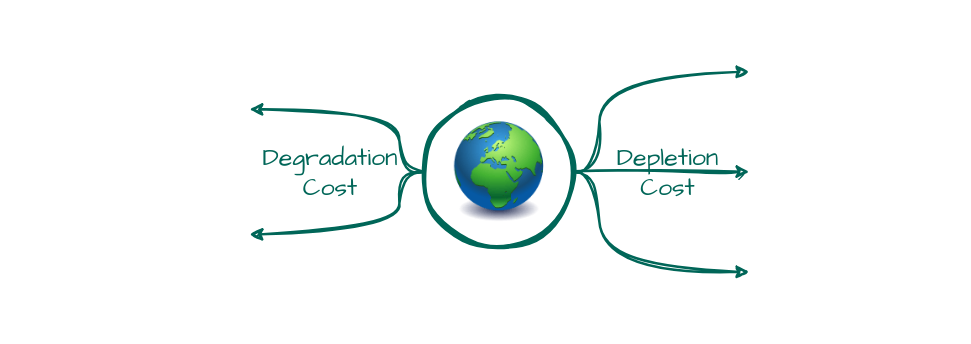
Before: new/indicators.drawio in kaze-0/figure, a draw.io diagram. Source tidied: cells renumbered, new cells numbered last; positions are measured from the earlier drawing's top-left corner, leaving out a move shared by most shapes. Both pictures are drawn from the tidied source at 125%, with x=0, y=0 at pixel (249, 71). Pictures stored in the file or linked from it are replaced by grey dashed boxes.
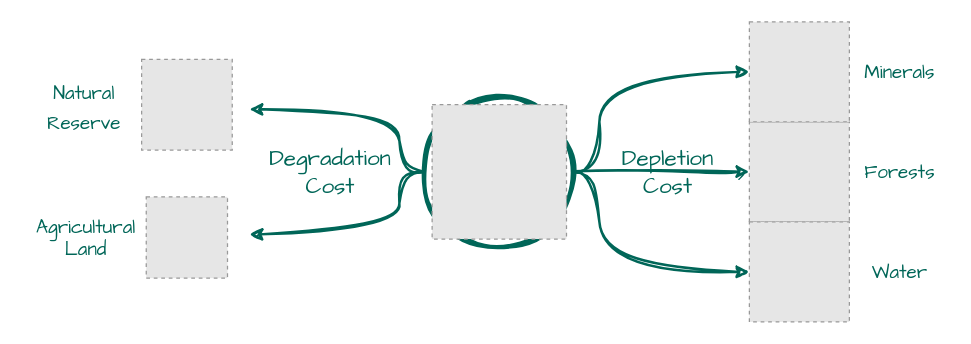
After the change.

Change to the diagram source:
```diff
@@
-    <mxCell id="2" style="image;html=1;image=img/lib/clip_art/general/Earth_globe_128x128.png;sketch=1;hachureGap=4;jiggle=2;curveFitting=1;fontFamily=Architects Daughter;fontSize=20;labelBackgroundColor=none;fillColor=#21C0A5;strokeColor=#006658;fontColor=#5C5C5C;" parent="1" vertex="1">
-      <mxGeometry x="160" y="40" width="80" height="80" as="geometry" />
-    </mxCell>
@@
-    <mxCell id="9" value="&lt;font color=&quot;#006658&quot;&gt;Depletion&lt;br&gt;Cost&lt;/font&gt;" style="text;html=1;strokeColor=none;fillColor=none;align=center;verticalAlign=middle;whiteSpace=wrap;rounded=0;fontSize=20;fontFamily=Architects Daughter;fontColor=#5C5C5C;" parent="1" vertex="1">
+    <mxCell id="9" value="&lt;font color=&quot;#006658&quot; style=&quot;font-size: 18px;&quot;&gt;Depletion&lt;br style=&quot;font-size: 18px;&quot;&gt;Cost&lt;/font&gt;" style="text;html=1;strokeColor=none;fillColor=none;align=center;verticalAlign=middle;whiteSpace=wrap;rounded=0;fontSize=18;fontFamily=Architects Daughter;fontColor=#5C5C5C;" parent="1" vertex="1">
       <mxGeometry x="260" y="40" width="150" height="80" as="geometry" />
     </mxCell>
-    <mxCell id="10" value="Degradation&lt;br&gt;Cost" style="text;html=1;strokeColor=none;fillColor=none;align=center;verticalAlign=middle;whiteSpace=wrap;rounded=0;fontSize=20;fontFamily=Architects Daughter;fontColor=#006658;" parent="1" vertex="1">
-      <mxGeometry x="10" y="60" width="110" height="40" as="geometry" />
+    <mxCell id="10" value="Degradation&lt;br style=&quot;font-size: 18px;&quot;&gt;Cost" style="text;html=1;strokeColor=none;fillColor=none;align=center;verticalAlign=middle;whiteSpace=wrap;rounded=0;fontSize=18;fontFamily=Architects Daughter;fontColor=#006658;" parent="1" vertex="1">
+      <mxGeometry x="10" y="55" width="110" height="50" as="geometry" />
     </mxCell>
+    <mxCell id="11" style="fillColor=#E6E6E6;strokeColor=#999999;dashed=1;html=1;verticalAlign=top;verticalLabelPosition=bottom;labelBackgroundColor=#ffffff;fontFamily=Architects Daughter;fontSize=20;fontColor=#006658;" parent="1" vertex="1">
+      <mxGeometry x="400" y="40" width="80" height="80" as="geometry" />
+    </mxCell>
+    <mxCell id="12" style="fillColor=#E6E6E6;strokeColor=#999999;dashed=1;verticalLabelPosition=bottom;labelBackgroundColor=default;verticalAlign=top;" parent="1" vertex="1">
+      <mxGeometry x="400" y="-40" width="80" height="80" as="geometry" />
+    </mxCell>
+    <mxCell id="13" style="fillColor=#E6E6E6;strokeColor=#999999;dashed=1;verticalLabelPosition=bottom;labelBackgroundColor=default;verticalAlign=top;" parent="1" vertex="1">
+      <mxGeometry x="400" y="120" width="80" height="80" as="geometry" />
+    </mxCell>
+    <mxCell id="14" style="fillColor=#E6E6E6;strokeColor=#999999;dashed=1;verticalLabelPosition=bottom;labelBackgroundColor=default;verticalAlign=top;" parent="1" vertex="1">
+      <mxGeometry x="-86.2" y="-10" width="72.5" height="72.5" as="geometry" />
+    </mxCell>
+    <mxCell id="15" style="fillColor=#E6E6E6;strokeColor=#999999;dashed=1;verticalLabelPosition=bottom;labelBackgroundColor=default;verticalAlign=top;" parent="1" vertex="1">
+      <mxGeometry x="-82.5" y="100" width="65" height="65" as="geometry" />
+    </mxCell>
+    <mxCell id="16" value="&lt;font style=&quot;font-size: 15px;&quot;&gt;&lt;br&gt;Natural Reserve&lt;/font&gt;" style="text;html=1;strokeColor=none;fillColor=none;align=center;verticalAlign=middle;whiteSpace=wrap;rounded=0;fontSize=20;fontFamily=Architects Daughter;fontColor=#006658;" parent="1" vertex="1">
+      <mxGeometry x="-182.5" width="100" height="30" as="geometry" />
+    </mxCell>
+    <mxCell id="17" value="Agricultural&lt;br&gt;Land" style="text;html=1;align=center;verticalAlign=middle;strokeColor=none;fillColor=none;fontSize=15;fontFamily=Architects Daughter;fontColor=#006658;" parent="1" vertex="1">
+      <mxGeometry x="-181.2" y="107.5" width="100" height="50" as="geometry" />
+    </mxCell>
+    <mxCell id="18" value="Minerals" style="text;html=1;align=center;verticalAlign=middle;strokeColor=none;fillColor=none;fontSize=15;fontFamily=Architects Daughter;fontColor=#006658;" parent="1" vertex="1">
+      <mxGeometry x="480" y="-15" width="80" height="30" as="geometry" />
+    </mxCell>
+    <mxCell id="19" value="Forests" style="text;html=1;align=center;verticalAlign=middle;strokeColor=none;fillColor=none;fontSize=15;fontFamily=Architects Daughter;fontColor=#006658;" parent="1" vertex="1">
+      <mxGeometry x="480" y="65" width="80" height="30" as="geometry" />
+    </mxCell>
+    <mxCell id="20" value="Water" style="text;html=1;align=center;verticalAlign=middle;strokeColor=none;fillColor=none;fontSize=15;fontFamily=Architects Daughter;fontColor=#006658;" parent="1" vertex="1">
+      <mxGeometry x="485" y="145" width="70" height="30" as="geometry" />
+    </mxCell>
+    <mxCell id="21" style="fillColor=#E6E6E6;strokeColor=#999999;dashed=1;verticalLabelPosition=bottom;labelBackgroundColor=default;verticalAlign=top;" parent="1" vertex="1">
+      <mxGeometry x="146.2" y="26.2" width="107.5" height="107.5" as="geometry" />
+    </mxCell>
```
